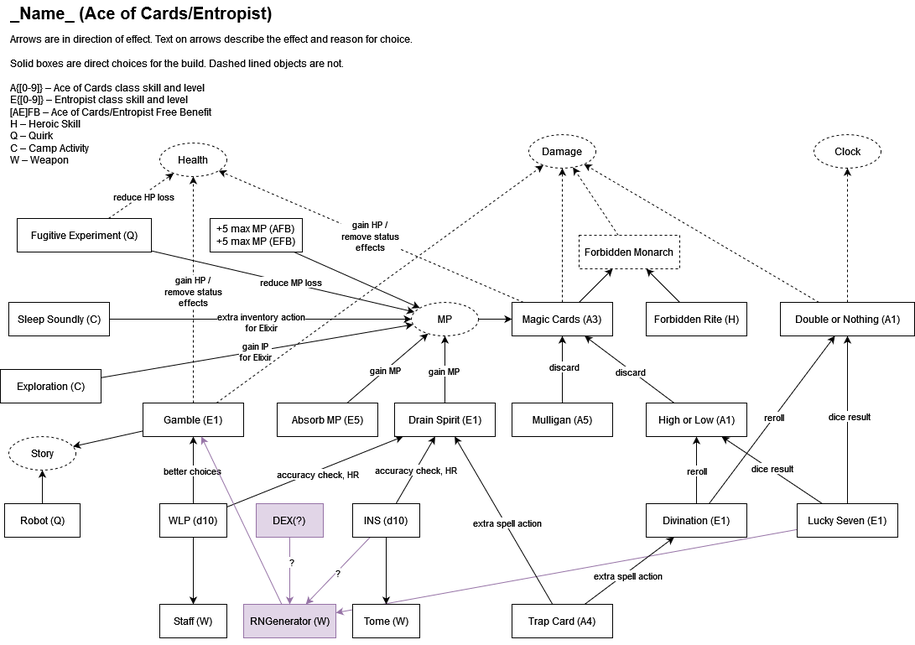
This is Fab_Ult_Ace_of_Cards.drawio.png from nzNancyZhao/drawio, a draw.io export, as it was before one commit. Source tidied: cells renumbered, new cells last; positions are measured from the earlier drawing's top-left corner, leaving out a move shared by most shapes.
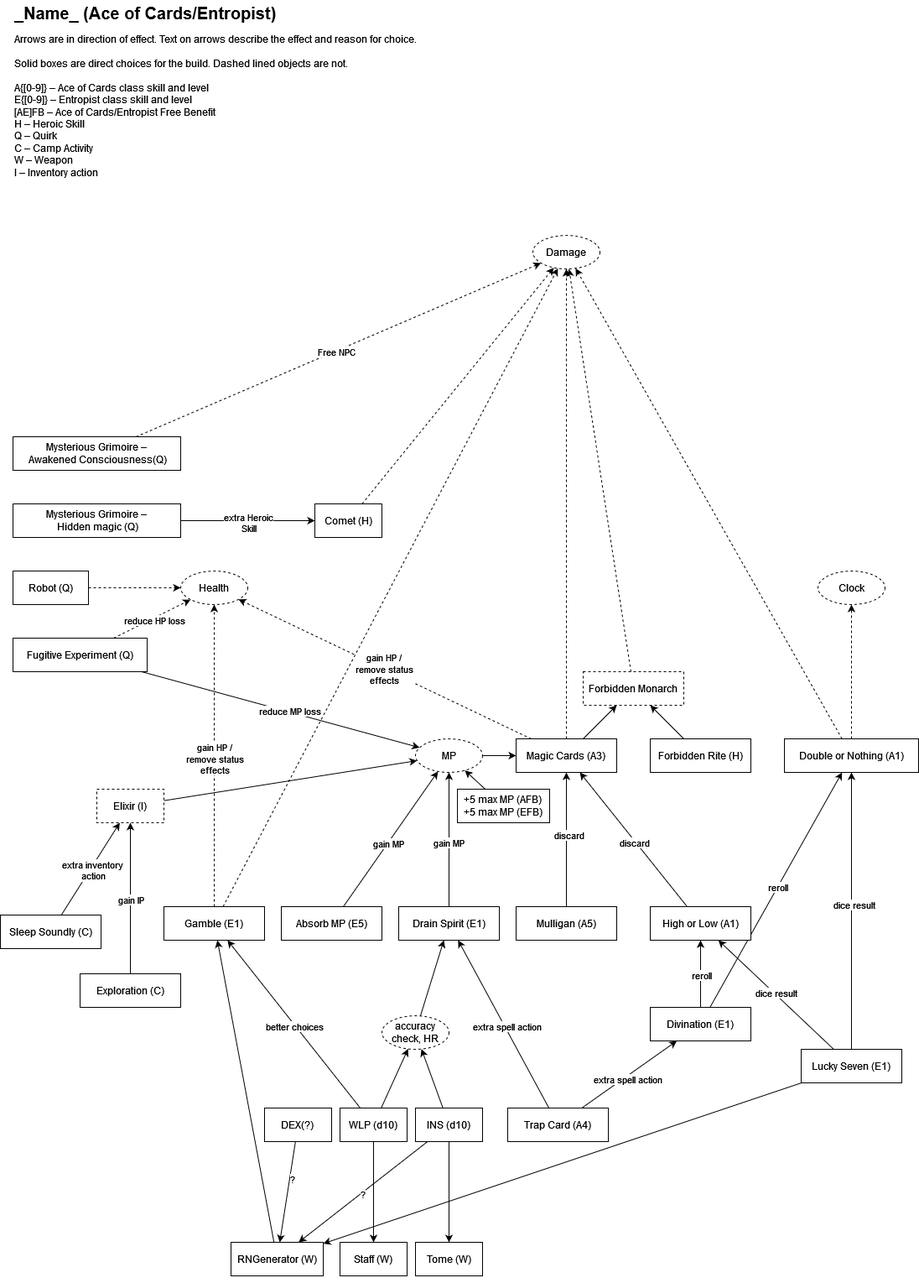
The same file after the commit.

Diff of the diagram source:
```diff
@@ -2,6 +2,9 @@
   <root>
     <mxCell id="0" />
     <mxCell id="1" parent="0" />
+    <mxCell id="78" value="&lt;h1 style=&quot;margin-top: 0px; line-height: 64%;&quot;&gt;&lt;font style=&quot;font-size: 20px;&quot;&gt;_Name_ (Ace of Cards/Entropist)&lt;/font&gt;&lt;/h1&gt;&lt;div&gt;Arrows are in direction of effect. Text on arrows describe the effect and reason for choice.&lt;br&gt;&lt;/div&gt;&lt;div&gt;&lt;br&gt;&lt;/div&gt;&lt;div&gt;Solid boxes are direct choices for the build. Dashed lined objects are not.&lt;br&gt;&lt;/div&gt;&lt;div&gt;&lt;br&gt;&lt;/div&gt;&lt;div&gt;A{[0-9]} – Ace of Cards class skill and level&lt;br&gt;&lt;/div&gt;&lt;div&gt;E{[0-9]}  – Entropist class skill and level&lt;/div&gt;&lt;div&gt;[AE]FB – Ace of Cards/Entropist Free Benefit&lt;br&gt;&lt;/div&gt;&lt;div&gt;H – Heroic Skill&lt;br&gt;&lt;/div&gt;&lt;div&gt;Q – Quirk&lt;/div&gt;&lt;div&gt;C – Camp Activity&lt;/div&gt;&lt;div&gt;W – Weapon&lt;/div&gt;&lt;div&gt;I – Inventory action&lt;br&gt;&lt;/div&gt;" style="text;html=1;whiteSpace=wrap;overflow=hidden;rounded=0;" parent="1" vertex="1">
+      <mxGeometry x="10" width="530" height="240" as="geometry" />
+    </mxCell>
     <mxCell id="2" style="rounded=0;jettySize=auto;html=1;dashed=1;" parent="1" edge="1" source="6" target="15">
       <mxGeometry relative="1" as="geometry" />
     </mxCell>
@@ -15,13 +18,13 @@
       <mxGeometry relative="1" as="geometry" />
     </mxCell>
     <mxCell id="6" value="Magic Cards (A3)" style="rounded=0;whiteSpace=wrap;html=1;" parent="1" vertex="1">
-      <mxGeometry x="610" y="360" width="120" height="40" as="geometry" />
+      <mxGeometry x="610" y="880" width="120" height="40" as="geometry" />
     </mxCell>
     <mxCell id="7" style="rounded=0;jettySize=auto;html=1;dashed=1;" parent="1" edge="1" source="8" target="15">
       <mxGeometry relative="1" as="geometry" />
     </mxCell>
     <mxCell id="8" value="Forbidden Monarch" style="rounded=0;whiteSpace=wrap;html=1;dashed=1;" parent="1" vertex="1">
-      <mxGeometry x="690" y="280" width="120" height="40" as="geometry" />
+      <mxGeometry x="690" y="800" width="120" height="40" as="geometry" />
     </mxCell>
     <mxCell id="9" style="rounded=0;jettySize=auto;html=1;" parent="1" edge="1" source="11" target="63">
       <mxGeometry relative="1" as="geometry" />
@@ -30,7 +33,7 @@
       <mxGeometry x="-0.05" relative="1" as="geometry" />
     </mxCell>
     <mxCell id="11" value="Absorb MP (E5)" style="rounded=0;whiteSpace=wrap;html=1;" parent="1" vertex="1">
-      <mxGeometry x="330" y="480" width="120" height="40" as="geometry" />
+      <mxGeometry x="330" y="1080" width="120" height="40" as="geometry" />
     </mxCell>
     <mxCell id="12" style="rounded=0;jettySize=auto;html=1;" parent="1" edge="1" source="14" target="6">
       <mxGeometry relative="1" as="geometry" />
@@ -41,13 +44,13 @@
       </mxGeometry>
     </mxCell>
     <mxCell id="14" value="&lt;div&gt;Mulligan (A5)&lt;/div&gt;" style="rounded=0;whiteSpace=wrap;html=1;" parent="1" vertex="1">
-      <mxGeometry x="610" y="480" width="120" height="40" as="geometry" />
+      <mxGeometry x="610" y="1080" width="120" height="40" as="geometry" />
     </mxCell>
     <mxCell id="15" value="Damage" style="ellipse;whiteSpace=wrap;html=1;dashed=1;" parent="1" vertex="1">
-      <mxGeometry x="630" y="160" width="80" height="40" as="geometry" />
+      <mxGeometry x="630" y="280" width="80" height="40" as="geometry" />
     </mxCell>
     <mxCell id="16" value="Clock" style="ellipse;whiteSpace=wrap;html=1;dashed=1;" parent="1" vertex="1">
-      <mxGeometry x="970" y="160" width="80" height="40" as="geometry" />
+      <mxGeometry x="970" y="680" width="80" height="40" as="geometry" />
     </mxCell>
     <mxCell id="17" style="rounded=0;jettySize=auto;html=1;" parent="1" edge="1" source="21" target="24">
       <mxGeometry relative="1" as="geometry" />
@@ -62,7 +65,7 @@
       <mxGeometry x="0.03" y="1" relative="1" as="geometry" />
     </mxCell>
     <mxCell id="21" value="Divination (E1)" style="rounded=0;whiteSpace=wrap;html=1;" parent="1" vertex="1">
-      <mxGeometry x="770" y="600" width="120" height="40" as="geometry" />
+      <mxGeometry x="770" y="1200" width="120" height="40" as="geometry" />
     </mxCell>
     <mxCell id="22" style="rounded=0;jettySize=auto;html=1;" parent="1" edge="1" source="24" target="6">
       <mxGeometry relative="1" as="geometry" />
@@ -71,7 +74,7 @@
       <mxGeometry x="-0.03" y="2" relative="1" as="geometry" />
     </mxCell>
     <mxCell id="24" value="High or Low (A1)" style="rounded=0;whiteSpace=wrap;html=1;" parent="1" vertex="1">
-      <mxGeometry x="770" y="480" width="120" height="40" as="geometry" />
+      <mxGeometry x="770" y="1080" width="120" height="40" as="geometry" />
     </mxCell>
     <mxCell id="25" style="rounded=0;jettySize=auto;html=1;" parent="1" edge="1" source="30" target="24">
       <mxGeometry relative="1" as="geometry" />
@@ -87,17 +90,17 @@
         <mxPoint y="-1" as="offset" />
       </mxGeometry>
     </mxCell>
-    <mxCell id="29" style="rounded=0;jettySize=auto;html=1;fillColor=#e1d5e7;strokeColor=#9673a6;" parent="1" edge="1" source="30" target="80">
+    <mxCell id="29" style="rounded=0;jettySize=auto;html=1;" parent="1" edge="1" source="30" target="80">
       <mxGeometry relative="1" as="geometry" />
     </mxCell>
     <mxCell id="30" value="Lucky Seven (E1)" style="rounded=0;whiteSpace=wrap;html=1;" parent="1" vertex="1">
-      <mxGeometry x="950" y="600" width="120" height="40" as="geometry" />
+      <mxGeometry x="950" y="1250" width="120" height="40" as="geometry" />
     </mxCell>
     <mxCell id="31" style="rounded=0;jettySize=auto;html=1;" parent="1" edge="1" source="32" target="8">
       <mxGeometry relative="1" as="geometry" />
     </mxCell>
     <mxCell id="32" value="Forbidden Rite (H)" style="rounded=0;whiteSpace=wrap;html=1;" parent="1" vertex="1">
-      <mxGeometry x="770" y="360" width="120" height="40" as="geometry" />
+      <mxGeometry x="770" y="880" width="120" height="40" as="geometry" />
     </mxCell>
     <mxCell id="33" style="rounded=0;jettySize=auto;html=1;" parent="1" edge="1" source="35" target="63">
       <mxGeometry relative="1" as="geometry" />
@@ -106,7 +109,7 @@
       <mxGeometry x="-0.04" y="1" relative="1" as="geometry" />
     </mxCell>
     <mxCell id="35" value="Drain Spirit (E1)" style="rounded=0;whiteSpace=wrap;html=1;" parent="1" vertex="1">
-      <mxGeometry x="470" y="480" width="120" height="40" as="geometry" />
+      <mxGeometry x="470" y="1080" width="120" height="40" as="geometry" />
     </mxCell>
     <mxCell id="36" style="rounded=0;jettySize=auto;html=1;" parent="1" edge="1" source="40" target="21">
       <mxGeometry relative="1" as="geometry" />
@@ -121,32 +124,23 @@
       <mxGeometry x="-0.04" y="-2" relative="1" as="geometry" />
     </mxCell>
     <mxCell id="40" value="&lt;div&gt;Trap Card (A4)&lt;/div&gt;" style="rounded=0;whiteSpace=wrap;html=1;" parent="1" vertex="1">
-      <mxGeometry x="610" y="720" width="120" height="40" as="geometry" />
+      <mxGeometry x="600" y="1320" width="120" height="40" as="geometry" />
     </mxCell>
-    <mxCell id="41" style="rounded=0;jettySize=auto;html=1;" parent="1" edge="1" source="46" target="35">
-      <mxGeometry relative="1" as="geometry" />
-    </mxCell>
-    <mxCell id="42" value="accuracy check, HR" style="edgeLabel;html=1;align=center;verticalAlign=middle;" parent="41" vertex="1">
-      <mxGeometry x="0.01" y="1" relative="1" as="geometry" />
-    </mxCell>
     <mxCell id="43" style="rounded=0;jettySize=auto;html=1;" parent="1" edge="1" source="46" target="70">
       <mxGeometry relative="1" as="geometry" />
     </mxCell>
-    <mxCell id="44" style="rounded=0;jettySize=auto;html=1;fillColor=#e1d5e7;strokeColor=#9673a6;" parent="1" edge="1" source="46" target="80">
+    <mxCell id="44" style="rounded=0;jettySize=auto;html=1;" parent="1" edge="1" source="46" target="80">
       <mxGeometry relative="1" as="geometry" />
     </mxCell>
     <mxCell id="45" value="?" style="edgeLabel;html=1;align=center;verticalAlign=middle;" parent="44" vertex="1">
       <mxGeometry x="0.03" y="1" relative="1" as="geometry" />
     </mxCell>
+    <mxCell id="89" style="rounded=0;jettySize=auto;html=1;" parent="1" edge="1" source="46" target="98">
+      <mxGeometry relative="1" as="geometry" />
+    </mxCell>
     <mxCell id="46" value="&lt;div&gt;INS (d10)&lt;/div&gt;" style="rounded=0;whiteSpace=wrap;html=1;" parent="1" vertex="1">
-      <mxGeometry x="420" y="600" width="80" height="40" as="geometry" />
+      <mxGeometry x="490" y="1320" width="80" height="40" as="geometry" />
     </mxCell>
-    <mxCell id="47" style="rounded=0;jettySize=auto;html=1;" parent="1" edge="1" source="52" target="35">
-      <mxGeometry relative="1" as="geometry" />
-    </mxCell>
-    <mxCell id="48" value="accuracy check, HR" style="edgeLabel;html=1;align=center;verticalAlign=middle;" parent="47" vertex="1">
-      <mxGeometry x="0.01" y="-3" relative="1" as="geometry" />
-    </mxCell>
     <mxCell id="49" style="rounded=0;jettySize=auto;html=1;" parent="1" edge="1" source="52" target="60">
       <mxGeometry relative="1" as="geometry" />
     </mxCell>
@@ -156,8 +150,11 @@
     <mxCell id="51" style="rounded=0;jettySize=auto;html=1;" parent="1" edge="1" source="52" target="69">
       <mxGeometry relative="1" as="geometry" />
     </mxCell>
+    <mxCell id="90" style="rounded=0;jettySize=auto;html=1;" parent="1" edge="1" source="52" target="98">
+      <mxGeometry relative="1" as="geometry" />
+    </mxCell>
     <mxCell id="52" value="WLP (d10)" style="rounded=0;whiteSpace=wrap;html=1;" parent="1" vertex="1">
-      <mxGeometry x="190" y="600" width="80" height="40" as="geometry" />
+      <mxGeometry x="400" y="1320" width="80" height="40" as="geometry" />
     </mxCell>
     <mxCell id="53" style="rounded=0;jettySize=auto;html=1;dashed=1;" parent="1" edge="1" source="55" target="16">
       <mxGeometry relative="1" as="geometry" />
@@ -166,7 +163,7 @@
       <mxGeometry relative="1" as="geometry" />
     </mxCell>
     <mxCell id="55" value="Double or Nothing (A1)" style="rounded=0;whiteSpace=wrap;html=1;" parent="1" vertex="1">
-      <mxGeometry x="930" y="360" width="160" height="40" as="geometry" />
+      <mxGeometry x="930" y="880" width="160" height="40" as="geometry" />
     </mxCell>
     <mxCell id="56" style="rounded=0;jettySize=auto;html=1;dashed=1;" parent="1" edge="1" source="60" target="61">
       <mxGeometry relative="1" as="geometry" />
@@ -177,20 +174,17 @@
     <mxCell id="58" style="rounded=0;jettySize=auto;html=1;dashed=1;" parent="1" edge="1" source="60" target="15">
       <mxGeometry relative="1" as="geometry" />
     </mxCell>
-    <mxCell id="59" style="rounded=0;jettySize=auto;html=1;" parent="1" edge="1" source="60" target="86">
-      <mxGeometry relative="1" as="geometry" />
-    </mxCell>
     <mxCell id="60" value="Gamble (E1)" style="rounded=0;whiteSpace=wrap;html=1;" parent="1" vertex="1">
-      <mxGeometry x="170" y="480" width="120" height="40" as="geometry" />
+      <mxGeometry x="190" y="1080" width="120" height="40" as="geometry" />
     </mxCell>
     <mxCell id="61" value="Health" style="ellipse;whiteSpace=wrap;html=1;dashed=1;" parent="1" vertex="1">
-      <mxGeometry x="190" y="170" width="80" height="40" as="geometry" />
+      <mxGeometry x="210" y="680" width="80" height="40" as="geometry" />
     </mxCell>
     <mxCell id="62" style="rounded=0;jettySize=auto;html=1;" parent="1" edge="1" source="63" target="6">
       <mxGeometry relative="1" as="geometry" />
     </mxCell>
     <mxCell id="63" value="MP" style="ellipse;whiteSpace=wrap;html=1;dashed=1;" parent="1" vertex="1">
-      <mxGeometry x="490" y="360" width="80" height="40" as="geometry" />
+      <mxGeometry x="490" y="880" width="80" height="40" as="geometry" />
     </mxCell>
     <mxCell id="64" style="rounded=0;jettySize=auto;html=1;dashed=1;" parent="1" edge="1" source="68" target="61">
       <mxGeometry relative="1" as="geometry" />
@@ -205,69 +199,101 @@
       <mxGeometry x="0.05" y="2" relative="1" as="geometry" />
     </mxCell>
     <mxCell id="68" value="Fugitive Experiment (Q)" style="rounded=0;whiteSpace=wrap;html=1;" parent="1" vertex="1">
-      <mxGeometry x="20" y="260" width="160" height="40" as="geometry" />
+      <mxGeometry x="10" y="760" width="160" height="40" as="geometry" />
     </mxCell>
     <mxCell id="69" value="Staff (W)" style="rounded=0;whiteSpace=wrap;html=1;" parent="1" vertex="1">
-      <mxGeometry x="190" y="720" width="80" height="40" as="geometry" />
+      <mxGeometry x="400" y="1480" width="80" height="40" as="geometry" />
     </mxCell>
     <mxCell id="70" value="Tome (W)" style="rounded=0;whiteSpace=wrap;html=1;" parent="1" vertex="1">
-      <mxGeometry x="420" y="720" width="80" height="40" as="geometry" />
+      <mxGeometry x="490" y="1480" width="80" height="40" as="geometry" />
     </mxCell>
     <mxCell id="71" style="edgeStyle=orthogonalEdgeStyle;rounded=0;orthogonalLoop=1;jettySize=auto;html=1;exitX=0.5;exitY=1;exitDx=0;exitDy=0;" parent="1" edge="1" source="70" target="70">
       <mxGeometry relative="1" as="geometry" />
     </mxCell>
-    <mxCell id="72" style="rounded=0;jettySize=auto;html=1;" parent="1" edge="1" source="74" target="63">
+    <mxCell id="72" style="rounded=0;jettySize=auto;html=1;" parent="1" edge="1" source="74" target="103">
       <mxGeometry relative="1" as="geometry" />
     </mxCell>
-    <mxCell id="73" value="extra inventory action&lt;br&gt;for Elixir" style="edgeLabel;html=1;align=center;verticalAlign=middle;" parent="72" vertex="1">
+    <mxCell id="73" value="&lt;div&gt;extra inventory&amp;nbsp;&lt;/div&gt;&lt;div&gt;action &lt;/div&gt;" style="edgeLabel;html=1;align=center;verticalAlign=middle;" parent="72" vertex="1">
       <mxGeometry x="0.01" y="-4" relative="1" as="geometry">
         <mxPoint x="-1" as="offset" />
       </mxGeometry>
     </mxCell>
     <mxCell id="74" value="Sleep Soundly (C)" style="rounded=0;whiteSpace=wrap;html=1;" parent="1" vertex="1">
-      <mxGeometry x="10" y="360" width="120" height="40" as="geometry" />
+      <mxGeometry x="-5" y="1090" width="120" height="40" as="geometry" />
     </mxCell>
-    <mxCell id="75" style="rounded=0;jettySize=auto;html=1;" parent="1" edge="1" source="77" target="63">
+    <mxCell id="75" style="rounded=0;jettySize=auto;html=1;" parent="1" edge="1" source="77" target="103">
       <mxGeometry relative="1" as="geometry" />
     </mxCell>
-    <mxCell id="76" value="gain IP &lt;br&gt;for Elixir" style="edgeLabel;html=1;align=center;verticalAlign=middle;" parent="75" vertex="1">
+    <mxCell id="76" value="gain IP " style="edgeLabel;html=1;align=center;verticalAlign=middle;" parent="75" vertex="1">
       <mxGeometry x="-0.01" relative="1" as="geometry" />
     </mxCell>
     <mxCell id="77" value="Exploration (C)" style="rounded=0;whiteSpace=wrap;html=1;" parent="1" vertex="1">
-      <mxGeometry y="440" width="120" height="40" as="geometry" />
+      <mxGeometry x="90" y="1160" width="120" height="40" as="geometry" />
     </mxCell>
-    <mxCell id="78" value="&lt;h1 style=&quot;margin-top: 0px; line-height: 64%;&quot;&gt;&lt;font style=&quot;font-size: 20px;&quot;&gt;_Name_ (Ace of Cards/Entropist)&lt;/font&gt;&lt;/h1&gt;&lt;div&gt;Arrows are in direction of effect. Text on arrows describe the effect and reason for choice.&lt;br&gt;&lt;/div&gt;&lt;div&gt;&lt;br&gt;&lt;/div&gt;&lt;div&gt;Solid boxes are direct choices for the build. Dashed lined objects are not.&lt;br&gt;&lt;/div&gt;&lt;div&gt;&lt;br&gt;&lt;/div&gt;&lt;div&gt;A{[0-9]} – Ace of Cards class skill and level&lt;br&gt;&lt;/div&gt;&lt;div&gt;E{[0-9]}  – Entropist class skill and level&lt;/div&gt;&lt;div&gt;[AE]FB – Ace of Cards/Entropist Free Benefit&lt;br&gt;&lt;/div&gt;&lt;div&gt;H – Heroic Skill&lt;br&gt;&lt;/div&gt;&lt;div&gt;Q – Quirk&lt;/div&gt;&lt;div&gt;C – Camp Activity&lt;/div&gt;&lt;div&gt;W – Weapon&lt;br&gt;&lt;/div&gt;" style="text;html=1;whiteSpace=wrap;overflow=hidden;rounded=0;" parent="1" vertex="1">
-      <mxGeometry x="10" width="530" height="200" as="geometry" />
-    </mxCell>
-    <mxCell id="79" style="rounded=0;jettySize=auto;html=1;fillColor=#e1d5e7;strokeColor=#9673a6;" parent="1" edge="1" source="80" target="60">
+    <mxCell id="79" style="rounded=0;jettySize=auto;html=1;" parent="1" edge="1" source="80" target="60">
       <mxGeometry relative="1" as="geometry" />
     </mxCell>
-    <mxCell id="80" value="RNGenerator (W)" style="rounded=0;whiteSpace=wrap;html=1;fillColor=#e1d5e7;strokeColor=#9673a6;" parent="1" vertex="1">
-      <mxGeometry x="290" y="720" width="110" height="40" as="geometry" />
+    <mxCell id="80" value="RNGenerator (W)" style="rounded=0;whiteSpace=wrap;html=1;" parent="1" vertex="1">
+      <mxGeometry x="270" y="1480" width="110" height="40" as="geometry" />
     </mxCell>
-    <mxCell id="81" style="rounded=0;jettySize=auto;html=1;fillColor=#e1d5e7;strokeColor=#9673a6;" parent="1" edge="1" source="83" target="80">
+    <mxCell id="81" style="rounded=0;jettySize=auto;html=1;" parent="1" edge="1" source="83" target="80">
       <mxGeometry relative="1" as="geometry" />
     </mxCell>
     <mxCell id="82" value="?" style="edgeLabel;html=1;align=center;verticalAlign=middle;" parent="81" vertex="1">
       <mxGeometry x="-0.26" y="2" relative="1" as="geometry" />
     </mxCell>
-    <mxCell id="83" value="&lt;div&gt;DEX(?)&lt;br&gt;&lt;/div&gt;" style="rounded=0;whiteSpace=wrap;html=1;fillColor=#e1d5e7;strokeColor=#9673a6;" parent="1" vertex="1">
-      <mxGeometry x="305" y="600" width="80" height="40" as="geometry" />
+    <mxCell id="83" value="&lt;div&gt;DEX(?)&lt;br&gt;&lt;/div&gt;" style="rounded=0;whiteSpace=wrap;html=1;" parent="1" vertex="1">
+      <mxGeometry x="310" y="1320" width="80" height="40" as="geometry" />
     </mxCell>
-    <mxCell id="84" style="rounded=0;jettySize=auto;html=1;" parent="1" edge="1" source="85" target="86">
-      <mxGeometry relative="1" as="geometry" />
-    </mxCell>
+    <mxCell id="91" style="rounded=0;jettySize=auto;html=1;dashed=1;" parent="1" edge="1" source="85" target="61">
+      <mxGeometry relative="1" as="geometry" />
+    </mxCell>
     <mxCell id="85" value="Robot (Q)" style="rounded=0;whiteSpace=wrap;html=1;" parent="1" vertex="1">
-      <mxGeometry x="5" y="600" width="90" height="40" as="geometry" />
+      <mxGeometry x="10" y="680" width="90" height="40" as="geometry" />
     </mxCell>
-    <mxCell id="86" value="Story" style="ellipse;whiteSpace=wrap;html=1;dashed=1;" parent="1" vertex="1">
-      <mxGeometry x="10" y="520" width="80" height="40" as="geometry" />
-    </mxCell>
     <mxCell id="87" style="rounded=0;jettySize=auto;html=1;" parent="1" edge="1" source="88" target="63">
       <mxGeometry relative="1" as="geometry" />
     </mxCell>
     <mxCell id="88" value="&lt;div&gt;+5 max MP (AFB)&lt;/div&gt;&lt;div&gt;+5 max MP (EFB)&lt;br&gt;&lt;/div&gt;" style="rounded=0;whiteSpace=wrap;html=1;" parent="1" vertex="1">
-      <mxGeometry x="250" y="260" width="110" height="40" as="geometry" />
+      <mxGeometry x="540" y="940" width="110" height="40" as="geometry" />
     </mxCell>
+    <mxCell id="92" style="rounded=0;jettySize=auto;html=1;" parent="1" edge="1" source="94" target="96">
+      <mxGeometry relative="1" as="geometry" />
+    </mxCell>
+    <mxCell id="93" value="extra Heroic &lt;br&gt;Skill" style="edgeLabel;html=1;align=center;verticalAlign=middle;" parent="92" vertex="1">
+      <mxGeometry y="-2" relative="1" as="geometry" />
+    </mxCell>
+    <mxCell id="94" value="Mysterious Grimoire – &lt;br&gt;&amp;nbsp;Hidden magic (Q)" style="rounded=0;whiteSpace=wrap;html=1;" parent="1" vertex="1">
+      <mxGeometry x="10" y="600" width="200" height="40" as="geometry" />
+    </mxCell>
+    <mxCell id="95" style="rounded=0;jettySize=auto;html=1;dashed=1;" parent="1" edge="1" source="96" target="15">
+      <mxGeometry relative="1" as="geometry" />
+    </mxCell>
+    <mxCell id="96" value="Comet (H)" style="rounded=0;whiteSpace=wrap;html=1;" parent="1" vertex="1">
+      <mxGeometry x="370" y="600" width="80" height="40" as="geometry" />
+    </mxCell>
+    <mxCell id="97" style="rounded=0;jettySize=auto;html=1;" parent="1" edge="1" source="98" target="35">
+      <mxGeometry relative="1" as="geometry" />
+    </mxCell>
+    <mxCell id="98" value="accuracy check, HR" style="ellipse;whiteSpace=wrap;html=1;dashed=1;" parent="1" vertex="1">
+      <mxGeometry x="450" y="1210" width="80" height="40" as="geometry" />
+    </mxCell>
+    <mxCell id="99" style="rounded=0;jettySize=auto;html=1;dashed=1;" parent="1" edge="1" source="101" target="15">
+      <mxGeometry relative="1" as="geometry" />
+    </mxCell>
+    <mxCell id="100" value="Free NPC" style="edgeLabel;html=1;align=center;verticalAlign=middle;" parent="99" vertex="1">
+      <mxGeometry x="-0.01" relative="1" as="geometry">
+        <mxPoint y="1" as="offset" />
+      </mxGeometry>
+    </mxCell>
+    <mxCell id="101" value="Mysterious Grimoire – &lt;br&gt;&amp;nbsp;Awakened Consciousness(Q)" style="rounded=0;whiteSpace=wrap;html=1;" parent="1" vertex="1">
+      <mxGeometry x="10" y="520" width="200" height="40" as="geometry" />
+    </mxCell>
+    <mxCell id="102" style="rounded=0;jettySize=auto;html=1;" parent="1" edge="1" source="103" target="63">
+      <mxGeometry relative="1" as="geometry" />
+    </mxCell>
+    <mxCell id="103" value="Elixir (I)" style="rounded=0;whiteSpace=wrap;html=1;dashed=1;" parent="1" vertex="1">
+      <mxGeometry x="110" y="940" width="80" height="40" as="geometry" />
+    </mxCell>
   </root>
 </mxGraphModel>
```
